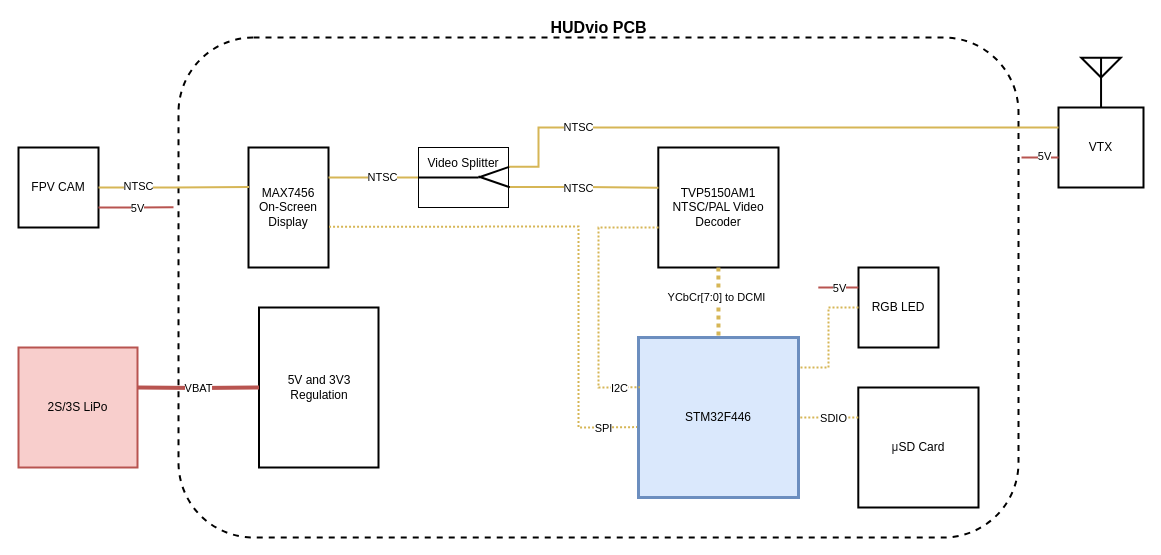
This is HUDVio/System_Architecture.drawio from Skyhawkson/HUDvio, a draw.io file, before an edit. Source tidied: cells renumbered, new cells numbered last; positions are measured from the earlier drawing's top-left corner, leaving out a move shared by most shapes. Both pictures are drawn from the tidied source at 100%, with x=0, y=0 at pixel (18, 17).
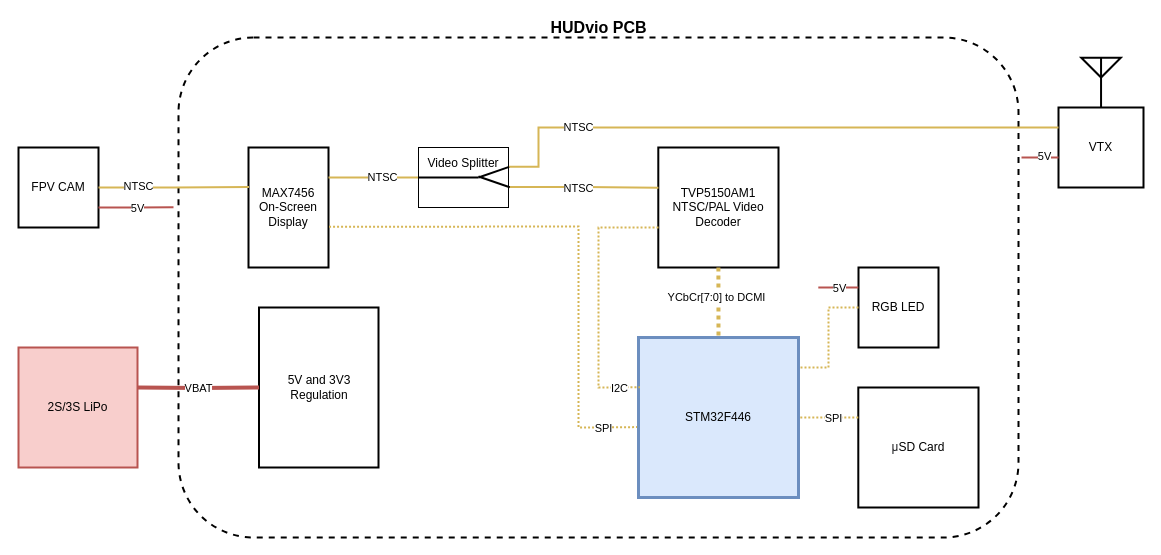
The same page after the edit.

Unchanged cells that the change refers to:
```xml
<mxCell id="26" style="endArrow=none;html=1;strokeWidth=2;fillColor=#fff2cc;strokeColor=#d6b656;dashed=1;dashPattern=1 1;entryX=1;entryY=0.5;entryDx=0;entryDy=0;exitX=0;exitY=0.25;exitDx=0;exitDy=0;rounded=0;" parent="1" edge="1" source="12" target="3">
  <mxGeometry relative="1" as="geometry">
    <Array as="points">
      <mxPoint x="820" y="400" />
      <mxPoint x="810" y="400" />
    </Array>
  </mxGeometry>
</mxCell>
```

Diff of the diagram source:
```diff
@@
-    <mxCell id="27" value="SDIO" style="edgeLabel;html=1;align=center;verticalAlign=middle;" parent="26" vertex="1">
+    <mxCell id="27" value="SPI" style="edgeLabel;html=1;align=center;verticalAlign=middle;" parent="26" vertex="1">
       <mxGeometry x="-0.42" y="1" relative="1" as="geometry">
         <mxPoint x="-8" y="-1" as="offset" />
       </mxGeometry>
     </mxCell>
```
